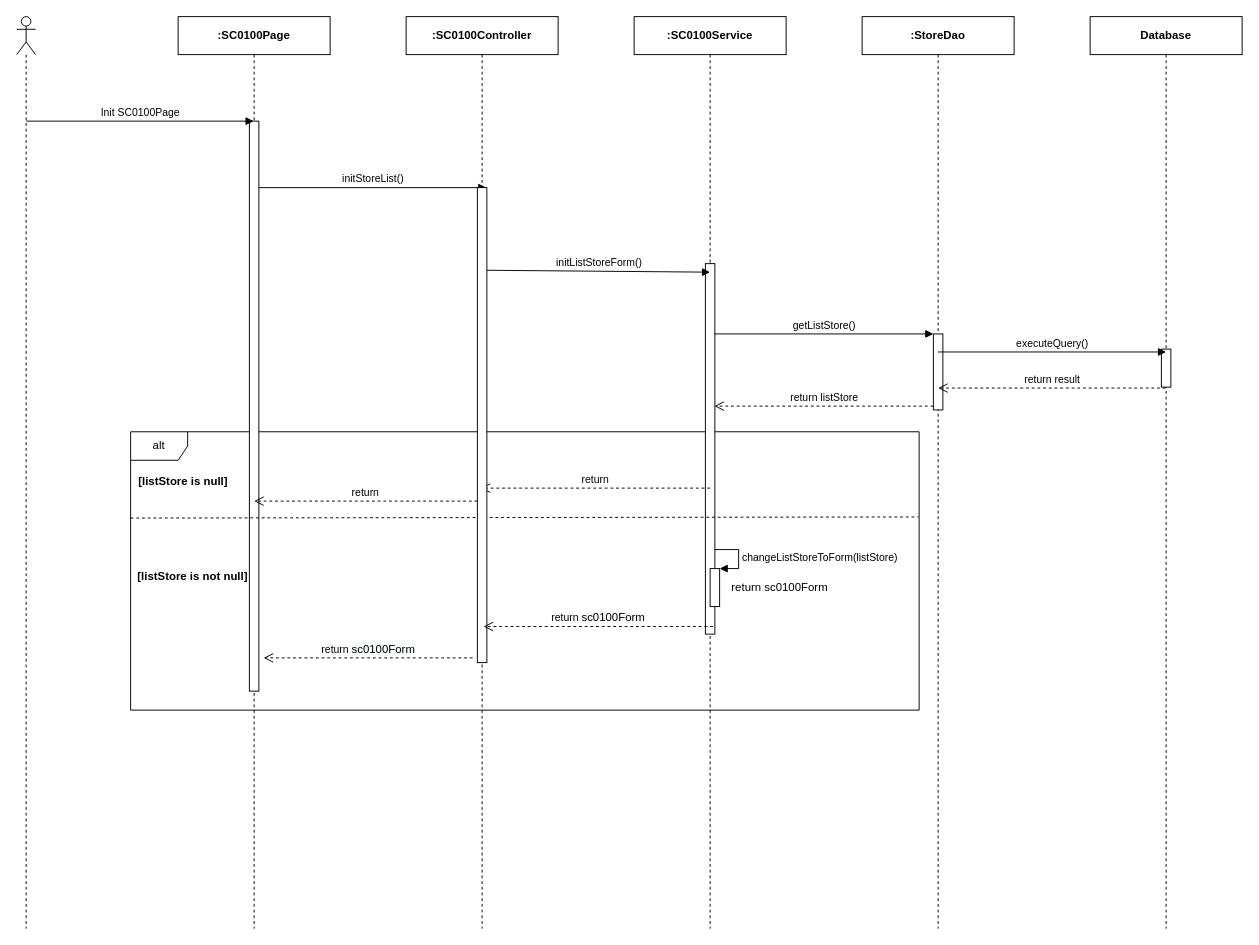
luannmdev/CapstoneDocument keeps this draw.io diagram as page "Ev01" (1 of 4) of 2. Approved/SEQ Diagram/sc01/SC0100_StoreManage.drawio. Above is the earlier version. Source tidied: cells renumbered, new cells numbered last; positions are measured from the earlier drawing's top-left corner, leaving out a move shared by most shapes. Both pictures are drawn from the tidied source at 95%, with x=0, y=0 at pixel (16, 16).
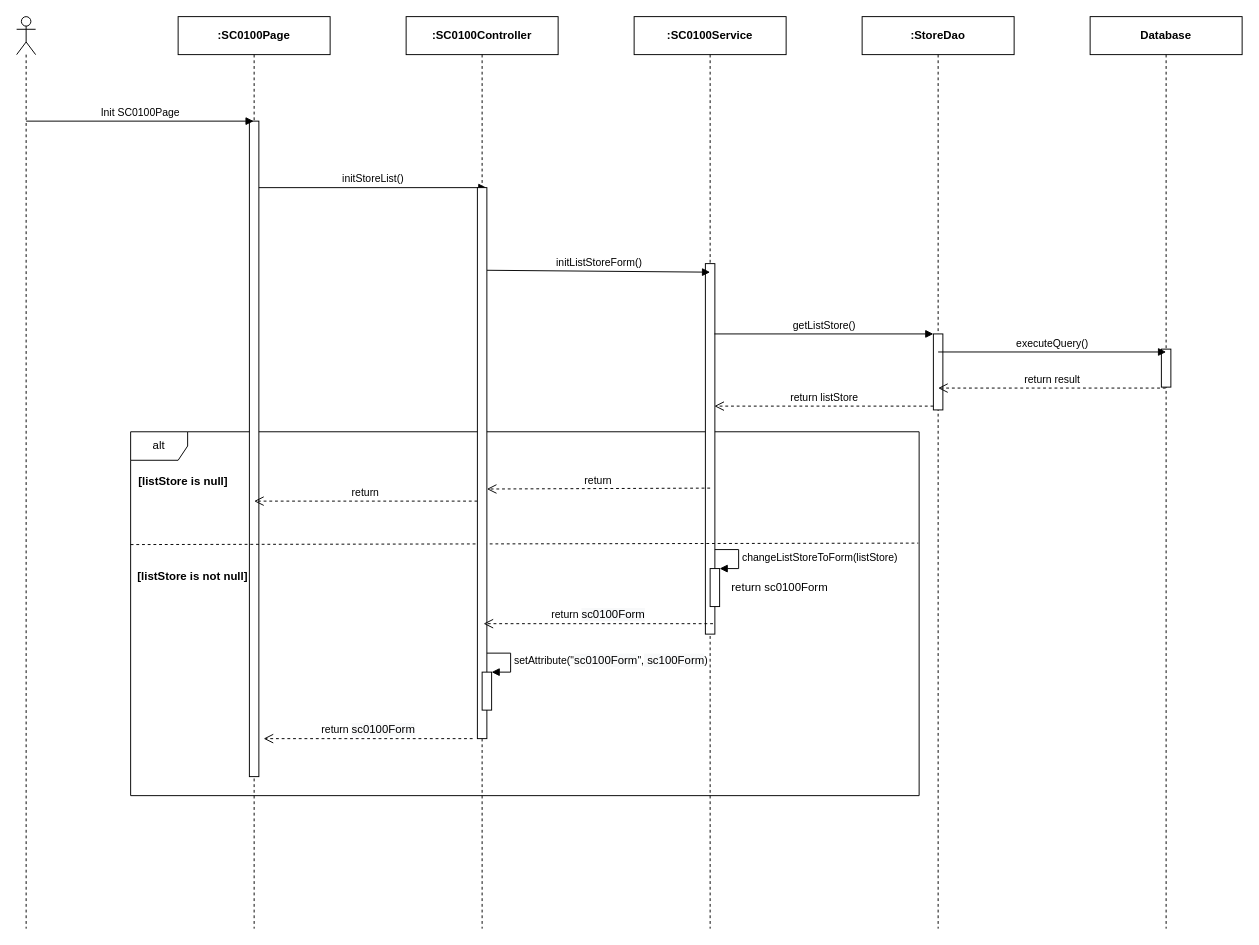
The same diagram, later.

Commit message (it also covers changes not shown here):
TruongTN add setAttribute for form

The change refers to these unchanged cells:
```xml
<mxCell id="4" value="&lt;b&gt;:SC0100Page&lt;/b&gt;" style="shape=umlLifeline;perimeter=lifelinePerimeter;whiteSpace=wrap;html=1;outlineConnect=0;" parent="1" vertex="1">
  <mxGeometry x="170" width="160" height="960" as="geometry" />
</mxCell>
<mxCell id="25" value="&lt;b&gt;:SC0100Controller&lt;/b&gt;" style="shape=umlLifeline;perimeter=lifelinePerimeter;whiteSpace=wrap;html=1;" parent="1" vertex="1">
  <mxGeometry x="410" width="160" height="960" as="geometry" />
</mxCell>
```

The edit, as a diff of the source:
```diff
@@
     <mxCell id="2" value="alt" style="shape=umlFrame;whiteSpace=wrap;html=1;" parent="1" vertex="1">
-      <mxGeometry x="120" y="437" width="830" height="293" as="geometry" />
+      <mxGeometry x="120" y="437" width="830" height="383" as="geometry" />
     </mxCell>
@@
     <mxCell id="5" style="html=1;perimeter=orthogonalPerimeter;" parent="4" vertex="1">
-      <mxGeometry x="75" y="110" width="10" height="600" as="geometry" />
+      <mxGeometry x="75" y="110" width="10" height="690" as="geometry" />
     </mxCell>
@@
-    <mxCell id="20" value="return" style="html=1;verticalAlign=bottom;endArrow=open;dashed=1;endSize=8;" parent="1" edge="1">
+    <mxCell id="20" value="return" style="html=1;verticalAlign=bottom;endArrow=open;dashed=1;endSize=8;entryX=1;entryY=0.547;entryDx=0;entryDy=0;entryPerimeter=0;" parent="1" edge="1" target="26">
       <mxGeometry relative="1" as="geometry">
         <mxPoint x="730" y="496.3" as="sourcePoint" />
-        <mxPoint x="488.5" y="496.3" as="targetPoint" />
       </mxGeometry>
     </mxCell>
@@
     <mxCell id="24" value="return&amp;nbsp;&lt;span style=&quot;font-size: 12px ; background-color: rgb(248 , 249 , 250)&quot;&gt;sc0100Form&lt;/span&gt;" style="html=1;verticalAlign=bottom;endArrow=open;dashed=1;endSize=8;" parent="1" edge="1">
       <mxGeometry relative="1" as="geometry">
-        <mxPoint x="480" y="675" as="sourcePoint" />
-        <mxPoint x="260" y="675" as="targetPoint" />
+        <mxPoint x="480" y="760" as="sourcePoint" />
+        <mxPoint x="260" y="760" as="targetPoint" />
       </mxGeometry>
     </mxCell>
@@
     <mxCell id="26" style="html=1;points=[];perimeter=orthogonalPerimeter;" parent="25" vertex="1">
-      <mxGeometry x="75" y="180" width="10" height="500" as="geometry" />
+      <mxGeometry x="75" y="180" width="10" height="580" as="geometry" />
     </mxCell>
     <mxCell id="27" value="return&amp;nbsp;&lt;span style=&quot;font-size: 12px ; background-color: rgb(248 , 249 , 250)&quot;&gt;sc0100Form&lt;/span&gt;" style="html=1;verticalAlign=bottom;endArrow=open;dashed=1;endSize=8;" parent="25" edge="1">
       <mxGeometry relative="1" as="geometry">
-        <mxPoint x="323" y="642" as="sourcePoint" />
-        <mxPoint x="81.5" y="642" as="targetPoint" />
+        <mxPoint x="323" y="639" as="sourcePoint" />
+        <mxPoint x="81.5" y="639" as="targetPoint" />
       </mxGeometry>
     </mxCell>
@@
+    <mxCell id="31" style="html=1;points=[];perimeter=orthogonalPerimeter;" parent="1" vertex="1">
+      <mxGeometry x="490" y="690" width="10" height="40" as="geometry" />
+    </mxCell>
+    <mxCell id="32" value="&lt;div style=&quot;text-align: center&quot;&gt;setAttribute(&quot;&lt;span style=&quot;font-size: 12px ; text-align: center ; background-color: rgb(248 , 249 , 250)&quot;&gt;sc0100Form&lt;/span&gt;&quot;,&lt;span style=&quot;font-size: 12px ; background-color: rgb(248 , 249 , 250)&quot;&gt;&amp;nbsp;sc100Form&lt;/span&gt;)&lt;/div&gt;" style="edgeStyle=orthogonalEdgeStyle;html=1;align=left;spacingLeft=2;endArrow=block;rounded=0;entryX=1;entryY=0;" parent="1" edge="1" target="31">
+      <mxGeometry relative="1" as="geometry">
+        <mxPoint x="495" y="670" as="sourcePoint" />
+        <Array as="points">
+          <mxPoint x="520" y="670" />
+        </Array>
+      </mxGeometry>
+    </mxCell>
```
